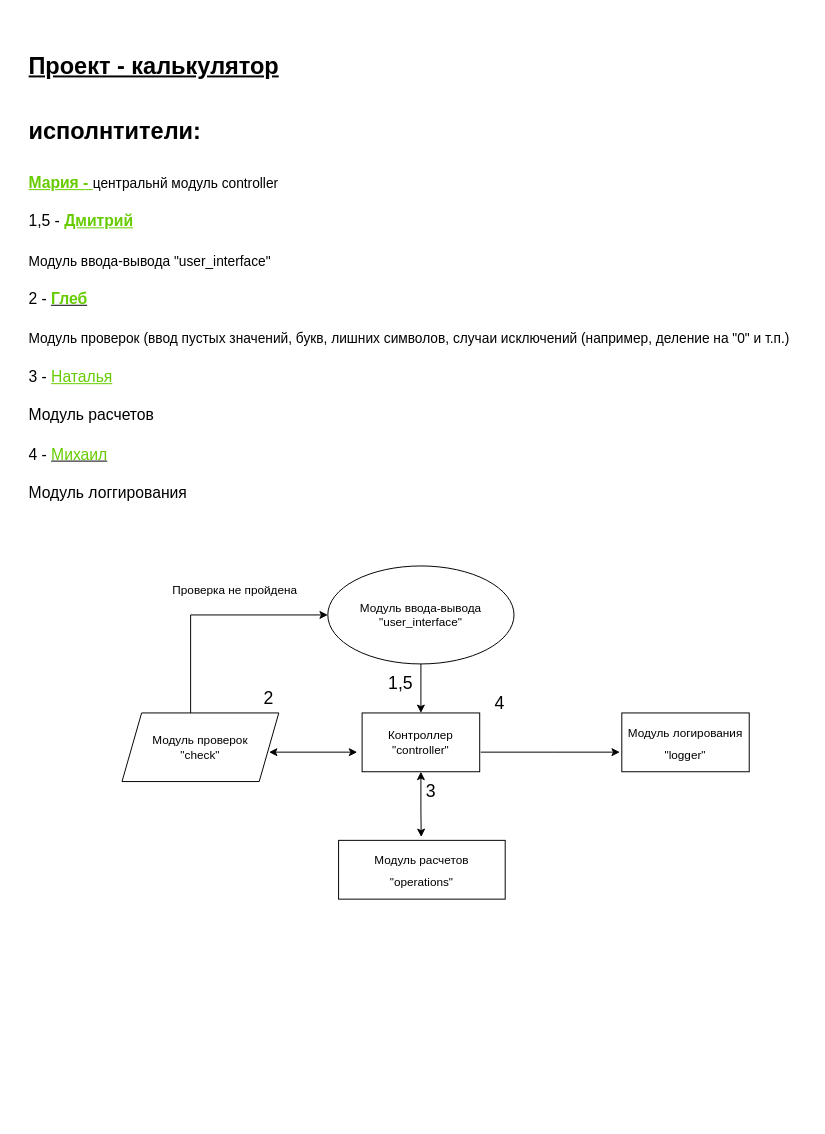
Above: Block_shema.drawio in tni-github/Calc_group (draw.io), before the change. Source tidied: cells renumbered, new cells numbered last; positions are measured from the earlier drawing's top-left corner, leaving out a move shared by most shapes. Both pictures are drawn from the tidied source at 98%, with x=0, y=0 at pixel (24, 26).
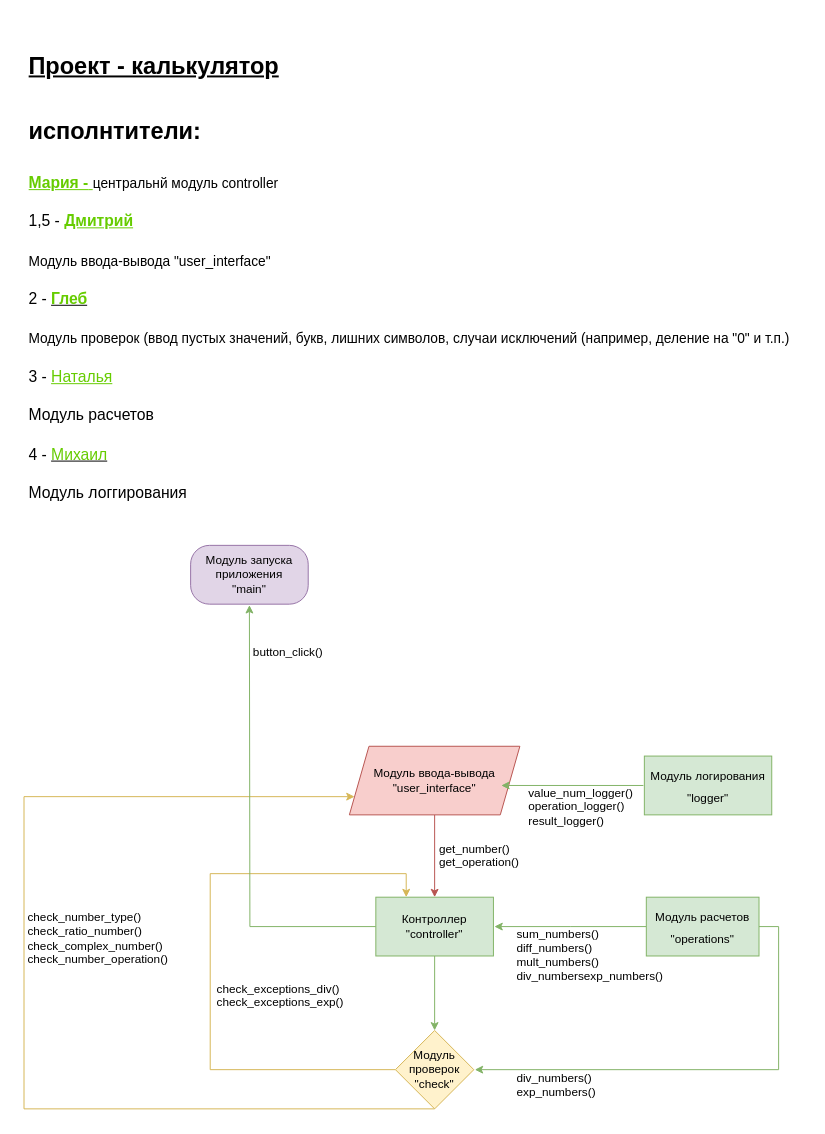
The same page after the edit.

Commit message (it also covers changes not shown here):
сделана диаграмма

The edit, as a diff of the source:
```diff
@@
+    <mxCell id="17" value="&lt;h1&gt;&lt;font style=&quot;vertical-align: inherit ; font-size: 24px&quot;&gt;&lt;u&gt;Проект - калькулятор&lt;/u&gt;&amp;nbsp;&lt;/font&gt;&lt;/h1&gt;&lt;h1&gt;&lt;font style=&quot;vertical-align: inherit ; font-size: 24px&quot;&gt;исполнтители:&lt;/font&gt;&lt;/h1&gt;&lt;p&gt;&lt;font&gt;&lt;font style=&quot;vertical-align: inherit ; font-size: 14px&quot; color=&quot;#66cc00&quot;&gt;&lt;b style=&quot;font-size: 16px&quot;&gt;&lt;u&gt;&lt;font style=&quot;font-size: 16px&quot;&gt;Мария -&lt;/font&gt; &lt;/u&gt;&lt;/b&gt;&lt;/font&gt;&lt;font style=&quot;vertical-align: inherit ; font-size: 14px&quot;&gt;центральнй модуль controller&amp;nbsp;&lt;/font&gt;&lt;/font&gt;&lt;/p&gt;&lt;p&gt;&lt;font style=&quot;vertical-align: inherit ; font-size: 14px&quot;&gt;&lt;font style=&quot;vertical-align: inherit ; font-size: 16px&quot;&gt;&lt;font style=&quot;vertical-align: inherit ; font-size: 16px&quot;&gt;1,5 - &lt;b&gt;&lt;font color=&quot;#66cc00&quot; style=&quot;font-size: 16px&quot;&gt;&lt;u&gt;Дмитрий&lt;/u&gt;&lt;/font&gt;&amp;nbsp;&lt;/b&gt;&lt;/font&gt;&lt;/font&gt;&lt;/font&gt;&lt;/p&gt;&lt;font style=&quot;font-size: 14px&quot;&gt;&lt;font style=&quot;text-align: center ; vertical-align: inherit&quot;&gt;Модуль ввода-вывода&amp;nbsp;&lt;/font&gt;&lt;font style=&quot;text-align: center ; vertical-align: inherit&quot;&gt;&quot;user_interface&quot;&lt;/font&gt;&lt;/font&gt;&lt;p&gt;&lt;font style=&quot;vertical-align: inherit ; font-size: 14px&quot;&gt;&lt;font style=&quot;vertical-align: inherit ; font-size: 16px&quot;&gt;&lt;font style=&quot;vertical-align: inherit ; font-size: 16px&quot;&gt;2 - &lt;b&gt;&lt;u&gt;&lt;font color=&quot;#66cc00&quot; style=&quot;font-size: 16px&quot;&gt;Глеб&lt;/font&gt;&lt;/u&gt;&lt;/b&gt;&lt;/font&gt;&lt;/font&gt;&lt;/font&gt;&lt;/p&gt;&lt;p&gt;&lt;font style=&quot;vertical-align: inherit ; font-size: 14px&quot;&gt;&lt;span style=&quot;text-align: center&quot;&gt;Модуль проверок (ввод пустых значений, букв, лишних символов, случаи исключений (например, деление на &quot;0&quot; и т.п.)&lt;/span&gt;&lt;/font&gt;&lt;/p&gt;&lt;p&gt;&lt;font style=&quot;vertical-align: inherit&quot; size=&quot;3&quot;&gt;3 - &lt;font color=&quot;#66cc00&quot;&gt;&lt;u&gt;Наталья&lt;/u&gt;&lt;/font&gt;&lt;/font&gt;&lt;/p&gt;&lt;p&gt;&lt;font style=&quot;vertical-align: inherit&quot; size=&quot;3&quot;&gt;Модуль расчетов&lt;/font&gt;&lt;/p&gt;&lt;p&gt;&lt;font style=&quot;vertical-align: inherit&quot; size=&quot;3&quot;&gt;4 - &lt;u&gt;&lt;font color=&quot;#66cc00&quot;&gt;Михаил&lt;/font&gt;&lt;/u&gt;&lt;/font&gt;&lt;/p&gt;&lt;p&gt;&lt;font size=&quot;3&quot;&gt;Модуль логгирования&lt;/font&gt;&lt;/p&gt;" style="text;html=1;strokeColor=none;fillColor=none;spacing=5;spacingTop=-20;whiteSpace=wrap;overflow=hidden;rounded=0;fontSize=18;" parent="1" vertex="1">
+      <mxGeometry width="800" height="490" as="geometry" />
+    </mxCell>
+    <mxCell id="18" style="edgeStyle=orthogonalEdgeStyle;rounded=0;jettySize=auto;html=1;fillColor=#fff2cc;strokeColor=#d6b656;" parent="1" edge="1" source="6" target="4">
+      <mxGeometry relative="1" as="geometry">
+        <Array as="points">
+          <mxPoint x="190" y="1064" />
+          <mxPoint x="190" y="864" />
+          <mxPoint x="390" y="864" />
+        </Array>
+      </mxGeometry>
+    </mxCell>
+    <mxCell id="19" style="edgeStyle=orthogonalEdgeStyle;rounded=0;jettySize=auto;html=1;entryX=0;entryY=0.75;entryDx=0;entryDy=0;fillColor=#fff2cc;strokeColor=#d6b656;" parent="1" edge="1" source="6" target="2">
+      <mxGeometry relative="1" as="geometry">
+        <Array as="points">
+          <mxPoint y="1104" />
+          <mxPoint y="785" />
+        </Array>
+      </mxGeometry>
+    </mxCell>
+    <mxCell id="6" value="&lt;span style=&quot;white-space: normal&quot;&gt;Модуль проверок&lt;/span&gt;&lt;br style=&quot;white-space: normal&quot;&gt;&lt;span style=&quot;white-space: normal&quot;&gt;&quot;check&quot;&lt;/span&gt;" style="rhombus;whiteSpace=wrap;html=1;fillColor=#fff2cc;strokeColor=#d6b656;" parent="1" vertex="1">
+      <mxGeometry x="379" y="1024" width="80" height="80" as="geometry" />
+    </mxCell>
+    <mxCell id="20" style="edgeStyle=orthogonalEdgeStyle;rounded=0;jettySize=auto;html=1;entryX=0.5;entryY=0;entryDx=0;entryDy=0;fillColor=#d5e8d4;strokeColor=#82b366;" parent="1" edge="1" source="4" target="6">
+      <mxGeometry relative="1" as="geometry" />
+    </mxCell>
+    <mxCell id="21" style="edgeStyle=orthogonalEdgeStyle;rounded=0;jettySize=auto;html=1;fontStyle=1;fillColor=#d5e8d4;strokeColor=#82b366;" parent="1" edge="1" source="4">
+      <mxGeometry relative="1" as="geometry">
+        <mxPoint x="230" y="590" as="targetPoint" />
+      </mxGeometry>
+    </mxCell>
+    <mxCell id="4" value="Контроллер&lt;br&gt;&quot;controller&quot;" style="rounded=0;whiteSpace=wrap;html=1;fillColor=#d5e8d4;strokeColor=#82b366;" parent="1" vertex="1">
+      <mxGeometry x="359" y="888" width="120" height="60" as="geometry" />
+    </mxCell>
+    <mxCell id="22" style="edgeStyle=orthogonalEdgeStyle;rounded=0;jettySize=auto;html=1;entryX=0.5;entryY=0;entryDx=0;entryDy=0;fillColor=#f8cecc;strokeColor=#b85450;" parent="1" edge="1" source="2" target="4">
+      <mxGeometry relative="1" as="geometry" />
+    </mxCell>
-    <mxCell id="2" value="Модуль ввода-вывода&lt;br&gt;&quot;user_interface&quot;&lt;br&gt;" style="ellipse;whiteSpace=wrap;html=1;" parent="1" vertex="1">
-      <mxGeometry x="310" y="550" width="190" height="100" as="geometry" />
+    <mxCell id="2" value="Модуль ввода-вывода&lt;br&gt;&quot;user_interface&quot;&lt;br&gt;" style="shape=parallelogram;perimeter=parallelogramPerimeter;whiteSpace=wrap;html=1;fixedSize=1;fillColor=#f8cecc;strokeColor=#b85450;" parent="1" vertex="1">
+      <mxGeometry x="332" y="734" width="174" height="70" as="geometry" />
     </mxCell>
-    <mxCell id="3" style="endArrow=classic;html=1;rounded=0;exitX=0.5;exitY=1;exitDx=0;exitDy=0;" parent="1" edge="1" source="2">
-      <mxGeometry relative="1" as="geometry">
-        <mxPoint x="405" y="700" as="targetPoint" />
-      </mxGeometry>
-    </mxCell>
-    <mxCell id="4" value="Контроллер&lt;br&gt;&quot;controller&quot;" style="rounded=0;whiteSpace=wrap;html=1;" parent="1" vertex="1">
-      <mxGeometry x="345" y="700" width="120" height="60" as="geometry" />
-    </mxCell>
-    <mxCell id="5" style="endArrow=classic;startArrow=classic;html=1;rounded=0;" parent="1" edge="1">
-      <mxGeometry relative="1" as="geometry">
-        <mxPoint x="250" y="740" as="sourcePoint" />
-        <mxPoint x="340" y="740" as="targetPoint" />
-        <Array as="points">
-          <mxPoint x="300" y="740" />
-        </Array>
-      </mxGeometry>
-    </mxCell>
-    <mxCell id="6" value="Модуль проверок&lt;br&gt;&quot;check&quot;&lt;br&gt;" style="shape=parallelogram;perimeter=parallelogramPerimeter;whiteSpace=wrap;html=1;fixedSize=1;" parent="1" vertex="1">
-      <mxGeometry x="100" y="700" width="160" height="70" as="geometry" />
-    </mxCell>
-    <mxCell id="7" style="endArrow=classic;html=1;rounded=0;entryX=0;entryY=0.5;entryDx=0;entryDy=0;" parent="1" edge="1" target="2">
-      <mxGeometry relative="1" as="geometry">
-        <mxPoint x="170" y="700" as="sourcePoint" />
-        <Array as="points">
-          <mxPoint x="170" y="600" />
-        </Array>
-      </mxGeometry>
-    </mxCell>
-    <mxCell id="8" value="Проверка не пройдена" style="text;html=1;align=center;verticalAlign=middle;strokeColor=none;fillColor=none;" parent="1" vertex="1">
-      <mxGeometry x="140" y="560" width="150" height="30" as="geometry" />
-    </mxCell>
-    <mxCell id="9" style="endArrow=classic;startArrow=classic;html=1;rounded=0;entryX=0.5;entryY=1;entryDx=0;entryDy=0;exitX=0.496;exitY=-0.057;exitDx=0;exitDy=0;exitPerimeter=0;" parent="1" edge="1" source="11" target="4">
-      <mxGeometry relative="1" as="geometry">
-        <Array as="points">
-          <mxPoint x="405" y="800" />
-        </Array>
-      </mxGeometry>
-    </mxCell>
-    <mxCell id="10" value="&lt;font style=&quot;vertical-align: inherit; font-size: 18px;&quot;&gt;1,5&lt;/font&gt;" style="text;html=1;align=center;verticalAlign=middle;strokeColor=none;fillColor=none;" parent="1" vertex="1">
-      <mxGeometry x="359" y="650" width="50" height="40" as="geometry" />
-    </mxCell>
+    <mxCell id="23" style="edgeStyle=orthogonalEdgeStyle;rounded=0;jettySize=auto;html=1;fillColor=#d5e8d4;strokeColor=#82b366;" parent="1" edge="1" source="11">
+      <mxGeometry relative="1" as="geometry">
+        <mxPoint x="480" y="918" as="targetPoint" />
+      </mxGeometry>
+    </mxCell>
+    <mxCell id="24" style="edgeStyle=orthogonalEdgeStyle;rounded=0;jettySize=auto;html=1;fillColor=#d5e8d4;strokeColor=#82b366;" parent="1" edge="1" source="11">
+      <mxGeometry relative="1" as="geometry">
+        <mxPoint x="460" y="1064" as="targetPoint" />
+        <Array as="points">
+          <mxPoint x="770" y="918" />
+          <mxPoint x="770" y="1064" />
+        </Array>
+      </mxGeometry>
+    </mxCell>
-    <mxCell id="11" value="&lt;font style=&quot;font-size: 12px&quot;&gt;Модуль расчетов&lt;br&gt;&quot;operations&quot;&lt;br&gt;&lt;/font&gt;" style="whiteSpace=wrap;html=1;fontSize=18;" parent="1" vertex="1">
-      <mxGeometry x="321" y="830" width="170" height="60" as="geometry" />
+    <mxCell id="11" value="&lt;font style=&quot;font-size: 12px&quot;&gt;Модуль расчетов&lt;br&gt;&quot;operations&quot;&lt;br&gt;&lt;/font&gt;" style="whiteSpace=wrap;html=1;fontSize=18;fillColor=#d5e8d4;strokeColor=#82b366;" parent="1" vertex="1">
+      <mxGeometry x="635" y="888" width="115" height="60" as="geometry" />
     </mxCell>
-    <mxCell id="12" value="&lt;font style=&quot;vertical-align: inherit; font-size: 18px;&quot;&gt;2&lt;/font&gt;" style="text;html=1;strokeColor=none;fillColor=none;align=center;verticalAlign=middle;whiteSpace=wrap;rounded=0;fontSize=12;" parent="1" vertex="1">
-      <mxGeometry x="220" y="670" width="60" height="30" as="geometry" />
-    </mxCell>
-    <mxCell id="13" style="endArrow=classic;html=1;rounded=0;fontSize=18;" parent="1" edge="1">
-      <mxGeometry relative="1" as="geometry">
-        <mxPoint x="466" y="740" as="sourcePoint" />
-        <mxPoint x="608" y="740" as="targetPoint" />
-        <Array as="points">
-          <mxPoint x="540" y="740" />
-        </Array>
-      </mxGeometry>
-    </mxCell>
+    <mxCell id="25" value="get_number()&lt;br&gt;get_operation()" style="text;html=1;" parent="1" vertex="1">
+      <mxGeometry x="422" y="825" width="98" height="43" as="geometry" />
+    </mxCell>
+    <mxCell id="26" value="check_exceptions_div()&lt;br&gt;check_exceptions_exp()" style="text;html=1;" parent="1" vertex="1">
+      <mxGeometry x="195" y="968" width="130" height="40" as="geometry" />
+    </mxCell>
+    <mxCell id="27" value="check_number_type()&lt;br&gt;check_ratio_number()&lt;br&gt;check_complex_number()&lt;br&gt;check_number_operation()" style="text;html=1;" parent="1" vertex="1">
+      <mxGeometry x="2" y="895" width="150" height="66" as="geometry" />
+    </mxCell>
+    <mxCell id="28" style="edgeStyle=orthogonalEdgeStyle;rounded=0;orthogonalLoop=1;jettySize=auto;html=1;fillColor=#d5e8d4;strokeColor=#82b366;" parent="1" edge="1">
+      <mxGeometry relative="1" as="geometry">
+        <mxPoint x="632" y="774" as="sourcePoint" />
+        <mxPoint x="487" y="774" as="targetPoint" />
+      </mxGeometry>
+    </mxCell>
-    <mxCell id="14" value="&lt;font style=&quot;font-size: 12px&quot;&gt;Модуль логирования&lt;br&gt;&quot;logger&quot;&lt;br&gt;&lt;/font&gt;" style="whiteSpace=wrap;html=1;fontSize=18;" parent="1" vertex="1">
-      <mxGeometry x="610" y="700" width="130" height="60" as="geometry" />
+    <mxCell id="14" value="&lt;font style=&quot;font-size: 12px&quot;&gt;Модуль логирования&lt;br&gt;&quot;logger&quot;&lt;br&gt;&lt;/font&gt;" style="whiteSpace=wrap;html=1;fontSize=18;fillColor=#d5e8d4;strokeColor=#82b366;" parent="1" vertex="1">
+      <mxGeometry x="633" y="744" width="130" height="60" as="geometry" />
     </mxCell>
-    <mxCell id="15" value="&lt;font style=&quot;vertical-align: inherit; font-size: 18px;&quot;&gt;3&lt;/font&gt;" style="text;html=1;align=center;verticalAlign=middle;strokeColor=none;fillColor=none;fontSize=12;" parent="1" vertex="1">
-      <mxGeometry x="400" y="760" width="30" height="40" as="geometry" />
-    </mxCell>
-    <mxCell id="16" value="4" style="text;html=1;align=center;verticalAlign=middle;strokeColor=none;fillColor=none;fontSize=18;" parent="1" vertex="1">
-      <mxGeometry x="470" y="670" width="30" height="40" as="geometry" />
-    </mxCell>
-    <mxCell id="17" value="&lt;h1&gt;&lt;font style=&quot;vertical-align: inherit ; font-size: 24px&quot;&gt;&lt;u&gt;Проект - калькулятор&lt;/u&gt;&amp;nbsp;&lt;/font&gt;&lt;/h1&gt;&lt;h1&gt;&lt;font style=&quot;vertical-align: inherit ; font-size: 24px&quot;&gt;исполнтители:&lt;/font&gt;&lt;/h1&gt;&lt;p&gt;&lt;font&gt;&lt;font style=&quot;vertical-align: inherit ; font-size: 14px&quot; color=&quot;#66cc00&quot;&gt;&lt;b style=&quot;font-size: 16px&quot;&gt;&lt;u&gt;&lt;font style=&quot;font-size: 16px&quot;&gt;Мария -&lt;/font&gt; &lt;/u&gt;&lt;/b&gt;&lt;/font&gt;&lt;font style=&quot;vertical-align: inherit ; font-size: 14px&quot;&gt;центральнй модуль controller&amp;nbsp;&lt;/font&gt;&lt;/font&gt;&lt;/p&gt;&lt;p&gt;&lt;font style=&quot;vertical-align: inherit ; font-size: 14px&quot;&gt;&lt;font style=&quot;vertical-align: inherit ; font-size: 16px&quot;&gt;&lt;font style=&quot;vertical-align: inherit ; font-size: 16px&quot;&gt;1,5 - &lt;b&gt;&lt;font color=&quot;#66cc00&quot; style=&quot;font-size: 16px&quot;&gt;&lt;u&gt;Дмитрий&lt;/u&gt;&lt;/font&gt;&amp;nbsp;&lt;/b&gt;&lt;/font&gt;&lt;/font&gt;&lt;/font&gt;&lt;/p&gt;&lt;font style=&quot;font-size: 14px&quot;&gt;&lt;font style=&quot;text-align: center ; vertical-align: inherit&quot;&gt;Модуль ввода-вывода&amp;nbsp;&lt;/font&gt;&lt;font style=&quot;text-align: center ; vertical-align: inherit&quot;&gt;&quot;user_interface&quot;&lt;/font&gt;&lt;/font&gt;&lt;p&gt;&lt;font style=&quot;vertical-align: inherit ; font-size: 14px&quot;&gt;&lt;font style=&quot;vertical-align: inherit ; font-size: 16px&quot;&gt;&lt;font style=&quot;vertical-align: inherit ; font-size: 16px&quot;&gt;2 - &lt;b&gt;&lt;u&gt;&lt;font color=&quot;#66cc00&quot; style=&quot;font-size: 16px&quot;&gt;Глеб&lt;/font&gt;&lt;/u&gt;&lt;/b&gt;&lt;/font&gt;&lt;/font&gt;&lt;/font&gt;&lt;/p&gt;&lt;p&gt;&lt;font style=&quot;vertical-align: inherit ; font-size: 14px&quot;&gt;&lt;span style=&quot;text-align: center&quot;&gt;Модуль проверок (ввод пустых значений, букв, лишних символов, случаи исключений (например, деление на &quot;0&quot; и т.п.)&lt;/span&gt;&lt;/font&gt;&lt;/p&gt;&lt;p&gt;&lt;font style=&quot;vertical-align: inherit&quot; size=&quot;3&quot;&gt;3 - &lt;font color=&quot;#66cc00&quot;&gt;&lt;u&gt;Наталья&lt;/u&gt;&lt;/font&gt;&lt;/font&gt;&lt;/p&gt;&lt;p&gt;&lt;font style=&quot;vertical-align: inherit&quot; size=&quot;3&quot;&gt;Модуль расчетов&lt;/font&gt;&lt;/p&gt;&lt;p&gt;&lt;font style=&quot;vertical-align: inherit&quot; size=&quot;3&quot;&gt;4 - &lt;u&gt;&lt;font color=&quot;#66cc00&quot;&gt;Михаил&lt;/font&gt;&lt;/u&gt;&lt;/font&gt;&lt;/p&gt;&lt;p&gt;&lt;font size=&quot;3&quot;&gt;Модуль логгирования&lt;/font&gt;&lt;/p&gt;" style="text;html=1;strokeColor=none;fillColor=none;spacing=5;spacingTop=-20;whiteSpace=wrap;overflow=hidden;rounded=0;fontSize=18;" parent="1" vertex="1">
-      <mxGeometry width="800" height="490" as="geometry" />
-    </mxCell>
+    <mxCell id="29" value="sum_numbers()&lt;br&gt;diff_numbers()&lt;br&gt;mult_numbers()&lt;br&gt;div_numbersexp_numbers()" style="text;html=1;" parent="1" vertex="1">
+      <mxGeometry x="501" y="912" width="162" height="76" as="geometry" />
+    </mxCell>
+    <mxCell id="30" value="div_numbers()&lt;br&gt;exp_numbers()" style="text;html=1;" parent="1" vertex="1">
+      <mxGeometry x="501" y="1059" width="89" height="40" as="geometry" />
+    </mxCell>
+    <mxCell id="31" value="value_num_logger()&lt;br style=&quot;font-size: 12px;&quot;&gt;operation_logger()&lt;br style=&quot;font-size: 12px;&quot;&gt;result_logger()" style="text;html=1;fontSize=12;" parent="1" vertex="1">
+      <mxGeometry x="513" y="767.5" width="115" height="50" as="geometry" />
+    </mxCell>
+    <mxCell id="32" value="button_click()" style="text;html=1;" parent="1" vertex="1">
+      <mxGeometry x="232" y="624" width="100" height="30" as="geometry" />
+    </mxCell>
+    <mxCell id="33" value="&lt;span style=&quot;white-space: normal&quot;&gt;Модуль запуска приложения&lt;/span&gt;&lt;br style=&quot;white-space: normal&quot;&gt;&lt;span style=&quot;white-space: normal&quot;&gt;&quot;main&quot;&lt;/span&gt;" style="rounded=1;whiteSpace=wrap;html=1;arcSize=32;fillColor=#e1d5e7;strokeColor=#9673a6;" parent="1" vertex="1">
+      <mxGeometry x="170" y="529" width="120" height="60" as="geometry" />
+    </mxCell>
```
